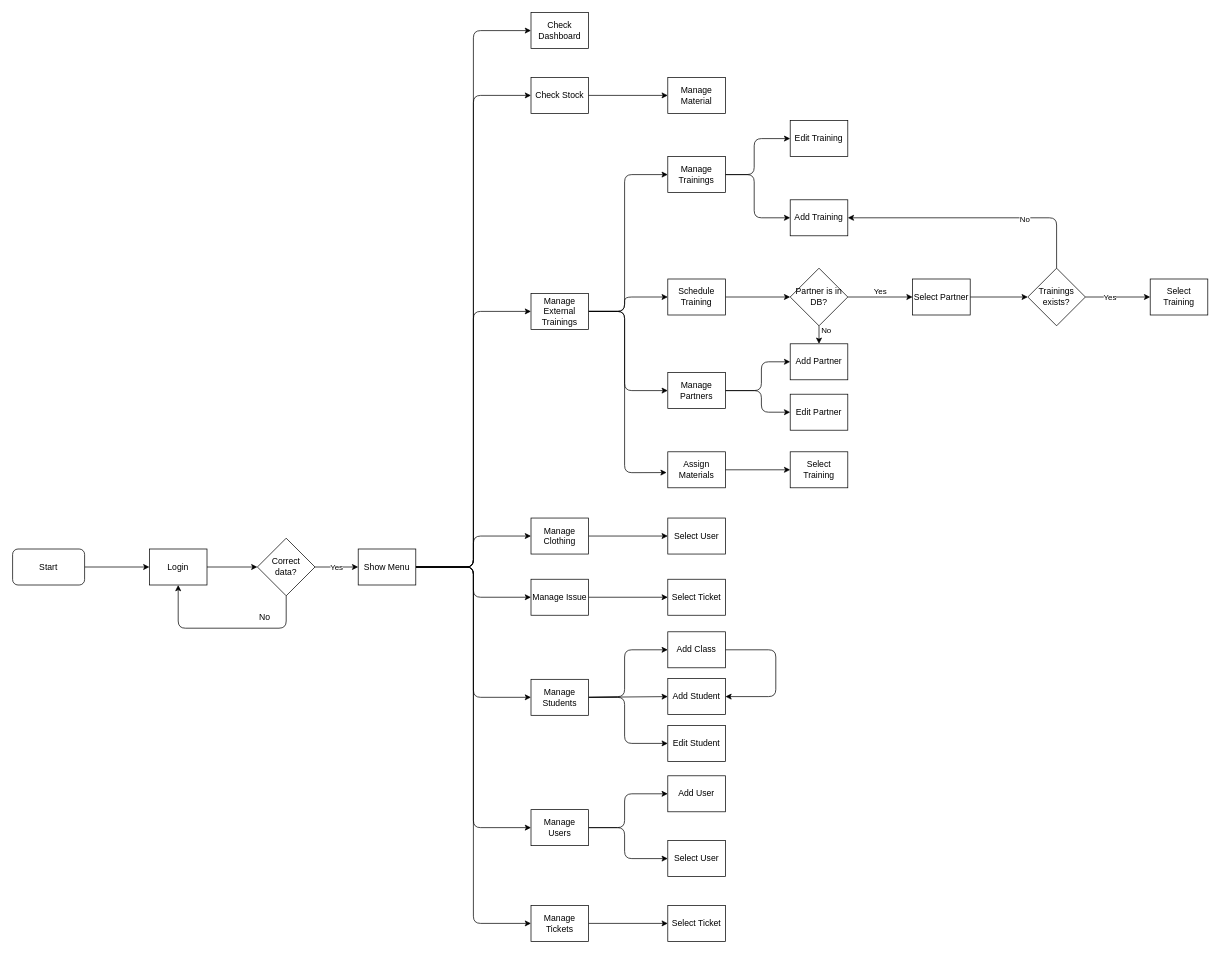
The draw.io diagram Planning/Diagramas/UI Flow Diagram/UIFlowDiagramAdmin_v1.3.drawio in ClaudioRSGit/AtecGestPro, before the edit. Source tidied: cells renumbered, new cells numbered last; positions are measured from the earlier drawing's top-left corner, leaving out a move shared by most shapes. Both pictures are drawn from the tidied source at 72%, with x=0, y=0 at pixel (12, 12).
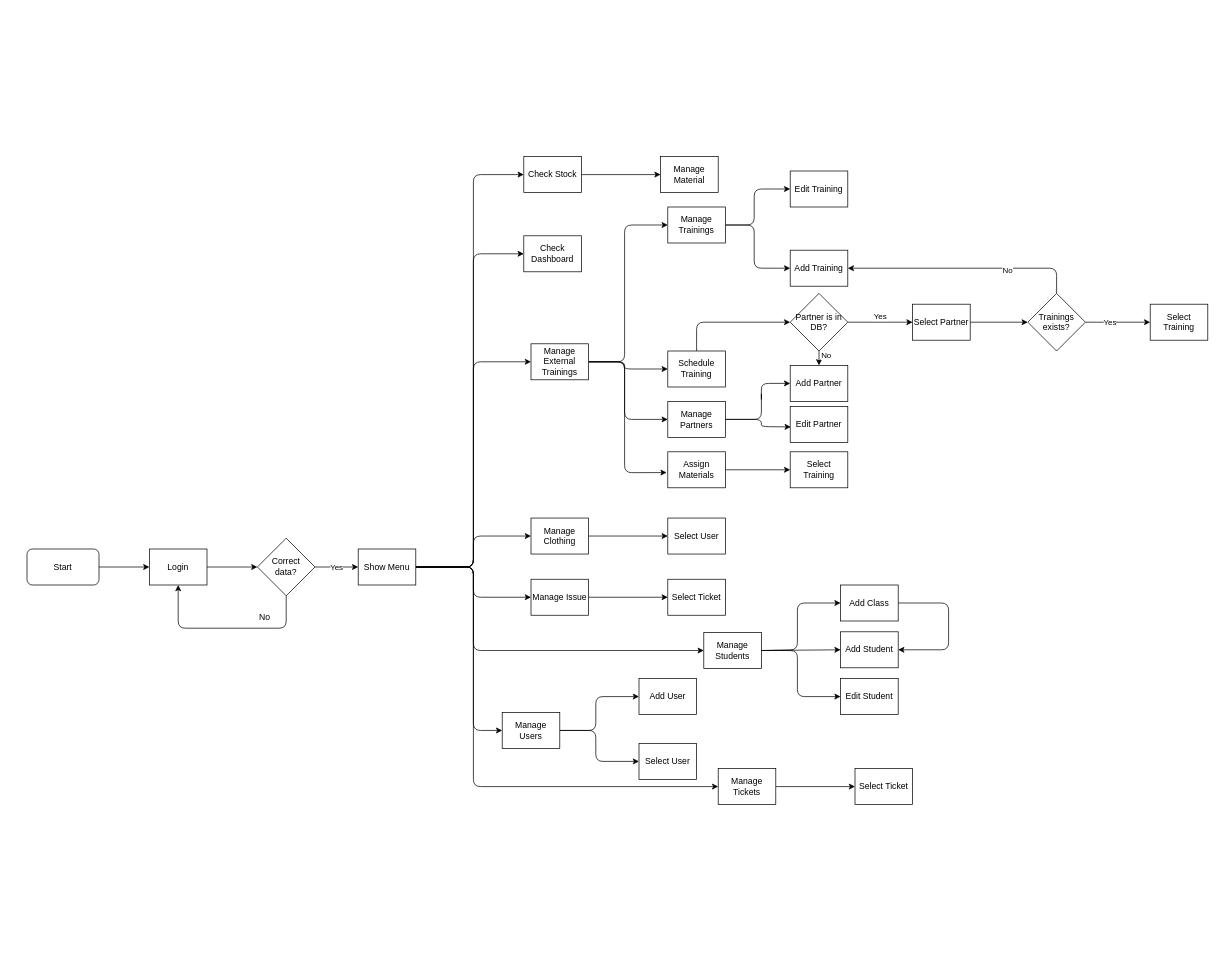
Above is the later version.

Unchanged cells that the change refers to:
```xml
<mxCell id="18" value="Show Menu" style="rounded=0;whiteSpace=wrap;html=1;" parent="1" vertex="1">
  <mxGeometry x="480" y="745" width="80" height="50" as="geometry" />
</mxCell>
<mxCell id="50" value="Assign Materials" style="rounded=0;whiteSpace=wrap;html=1;" parent="1" vertex="1">
  <mxGeometry x="910" y="610" width="80" height="50" as="geometry" />
</mxCell>
```

What changed in the source:
```diff
@@
     <mxCell id="3" value="Start" style="rounded=1;whiteSpace=wrap;html=1;" parent="1" vertex="1">
-      <mxGeometry y="745" width="100" height="50" as="geometry" />
+      <mxGeometry x="20" y="745" width="100" height="50" as="geometry" />
     </mxCell>
@@
     <mxCell id="11" style="edgeStyle=none;html=1;exitX=1;exitY=0.5;exitDx=0;exitDy=0;entryX=0;entryY=0.5;entryDx=0;entryDy=0;" parent="1" edge="1" source="18" target="19">
       <mxGeometry relative="1" as="geometry">
         <Array as="points">
           <mxPoint x="640" y="770" />
-          <mxPoint x="640" y="25" />
+          <mxPoint x="640" y="335" />
         </Array>
       </mxGeometry>
     </mxCell>
     <mxCell id="12" style="edgeStyle=none;html=1;exitX=1;exitY=0.5;exitDx=0;exitDy=0;entryX=0;entryY=0.5;entryDx=0;entryDy=0;" parent="1" edge="1" source="18" target="21">
       <mxGeometry relative="1" as="geometry">
         <Array as="points">
           <mxPoint x="640" y="770" />
-          <mxPoint x="640" y="115" />
+          <mxPoint x="640" y="225" />
         </Array>
       </mxGeometry>
     </mxCell>
     <mxCell id="13" style="edgeStyle=none;html=1;exitX=1;exitY=0.5;exitDx=0;exitDy=0;entryX=0;entryY=0.5;entryDx=0;entryDy=0;" parent="1" edge="1" source="18" target="26">
       <mxGeometry relative="1" as="geometry">
         <Array as="points">
           <mxPoint x="640" y="770" />
-          <mxPoint x="640" y="415" />
+          <mxPoint x="640" y="485" />
         </Array>
       </mxGeometry>
     </mxCell>
     <mxCell id="14" style="edgeStyle=none;html=1;exitX=1;exitY=0.5;exitDx=0;exitDy=0;entryX=0;entryY=0.5;entryDx=0;entryDy=0;" parent="1" edge="1" source="18" target="39">
       <mxGeometry relative="1" as="geometry">
         <Array as="points">
           <mxPoint x="640" y="770" />
-          <mxPoint x="640" y="1265" />
+          <mxPoint x="640" y="1075" />
         </Array>
       </mxGeometry>
     </mxCell>
     <mxCell id="15" style="edgeStyle=none;html=1;exitX=1;exitY=0.5;exitDx=0;exitDy=0;entryX=0;entryY=0.5;entryDx=0;entryDy=0;" parent="1" edge="1" source="18" target="37">
       <mxGeometry relative="1" as="geometry">
         <Array as="points">
           <mxPoint x="640" y="770" />
-          <mxPoint x="640" y="1132" />
+          <mxPoint x="640" y="997" />
         </Array>
       </mxGeometry>
     </mxCell>
     <mxCell id="16" style="edgeStyle=none;html=1;exitX=1;exitY=0.5;exitDx=0;exitDy=0;entryX=0;entryY=0.5;entryDx=0;entryDy=0;" parent="1" edge="1" source="18" target="34">
       <mxGeometry relative="1" as="geometry">
         <Array as="points">
           <mxPoint x="640" y="770" />
-          <mxPoint x="640" y="951" />
+          <mxPoint x="640" y="886" />
         </Array>
       </mxGeometry>
     </mxCell>
@@
     <mxCell id="19" value="Check Dashboard" style="rounded=0;whiteSpace=wrap;html=1;" parent="1" vertex="1">
-      <mxGeometry x="720" width="80" height="50" as="geometry" />
+      <mxGeometry x="710" y="310" width="80" height="50" as="geometry" />
     </mxCell>
@@
     <mxCell id="21" value="Check Stock" style="rounded=0;whiteSpace=wrap;html=1;" parent="1" vertex="1">
-      <mxGeometry x="720" y="90" width="80" height="50" as="geometry" />
+      <mxGeometry x="710" y="200" width="80" height="50" as="geometry" />
     </mxCell>
     <mxCell id="22" style="edgeStyle=none;html=1;exitX=1;exitY=0.5;exitDx=0;exitDy=0;entryX=0;entryY=0.5;entryDx=0;entryDy=0;" parent="1" edge="1" source="26" target="45">
       <mxGeometry relative="1" as="geometry">
         <Array as="points">
-          <mxPoint x="850" y="415" />
-          <mxPoint x="850" y="225" />
+          <mxPoint x="850" y="485" />
+          <mxPoint x="850" y="295" />
         </Array>
       </mxGeometry>
     </mxCell>
     <mxCell id="23" style="edgeStyle=none;html=1;exitX=1;exitY=0.5;exitDx=0;exitDy=0;entryX=0;entryY=0.5;entryDx=0;entryDy=0;" parent="1" edge="1" source="26" target="42">
       <mxGeometry relative="1" as="geometry">
         <Array as="points">
-          <mxPoint x="850" y="415" />
-          <mxPoint x="850" y="395" />
+          <mxPoint x="850" y="485" />
+          <mxPoint x="850" y="495" />
         </Array>
       </mxGeometry>
     </mxCell>
     <mxCell id="24" style="edgeStyle=none;html=1;exitX=1;exitY=0.5;exitDx=0;exitDy=0;entryX=0;entryY=0.5;entryDx=0;entryDy=0;" parent="1" edge="1" source="26" target="48">
       <mxGeometry relative="1" as="geometry">
         <Array as="points">
-          <mxPoint x="850" y="415" />
-          <mxPoint x="850" y="525" />
+          <mxPoint x="850" y="485" />
+          <mxPoint x="850" y="565" />
         </Array>
       </mxGeometry>
     </mxCell>
     <mxCell id="25" style="edgeStyle=none;html=1;exitX=1;exitY=0.5;exitDx=0;exitDy=0;entryX=-0.02;entryY=0.577;entryDx=0;entryDy=0;entryPerimeter=0;" parent="1" edge="1" source="26" target="50">
       <mxGeometry relative="1" as="geometry">
         <Array as="points">
-          <mxPoint x="850" y="415" />
+          <mxPoint x="850" y="485" />
           <mxPoint x="850" y="639" />
         </Array>
       </mxGeometry>
     </mxCell>
     <mxCell id="26" value="Manage External Trainings" style="rounded=0;whiteSpace=wrap;html=1;" parent="1" vertex="1">
-      <mxGeometry x="720" y="390" width="80" height="50" as="geometry" />
+      <mxGeometry x="720" y="460" width="80" height="50" as="geometry" />
     </mxCell>
@@
     <mxCell id="31" style="edgeStyle=none;html=1;exitX=1;exitY=0.5;exitDx=0;exitDy=0;entryX=0;entryY=0.5;entryDx=0;entryDy=0;" parent="1" edge="1" source="34" target="54">
       <mxGeometry relative="1" as="geometry">
         <Array as="points">
-          <mxPoint x="850" y="950" />
-          <mxPoint x="850" y="885" />
+          <mxPoint x="1090" y="885" />
+          <mxPoint x="1090" y="820" />
         </Array>
       </mxGeometry>
     </mxCell>
     <mxCell id="32" style="edgeStyle=none;html=1;exitX=1;exitY=0.5;exitDx=0;exitDy=0;entryX=0;entryY=0.5;entryDx=0;entryDy=0;" parent="1" edge="1" source="34" target="62">
       <mxGeometry relative="1" as="geometry">
         <Array as="points">
-          <mxPoint x="850" y="951" />
-          <mxPoint x="850" y="1015" />
+          <mxPoint x="1090" y="886" />
+          <mxPoint x="1090" y="950" />
         </Array>
       </mxGeometry>
     </mxCell>
@@
     <mxCell id="34" value="Manage Students" style="rounded=0;whiteSpace=wrap;html=1;" parent="1" vertex="1">
-      <mxGeometry x="720" y="926" width="80" height="50" as="geometry" />
+      <mxGeometry x="960" y="861" width="80" height="50" as="geometry" />
     </mxCell>
     <mxCell id="35" style="edgeStyle=none;html=1;exitX=1;exitY=0.5;exitDx=0;exitDy=0;entryX=0;entryY=0.5;entryDx=0;entryDy=0;" parent="1" edge="1" source="37" target="56">
       <mxGeometry relative="1" as="geometry">
         <Array as="points">
-          <mxPoint x="850" y="1132" />
-          <mxPoint x="850" y="1085" />
+          <mxPoint x="810" y="997" />
+          <mxPoint x="810" y="950" />
         </Array>
       </mxGeometry>
     </mxCell>
     <mxCell id="36" style="edgeStyle=none;html=1;exitX=1;exitY=0.5;exitDx=0;exitDy=0;entryX=0;entryY=0.5;entryDx=0;entryDy=0;" parent="1" edge="1" source="37" target="57">
       <mxGeometry relative="1" as="geometry">
         <Array as="points">
-          <mxPoint x="850" y="1132" />
-          <mxPoint x="850" y="1175" />
+          <mxPoint x="810" y="997" />
+          <mxPoint x="810" y="1040" />
         </Array>
       </mxGeometry>
     </mxCell>
     <mxCell id="37" value="Manage Users" style="rounded=0;whiteSpace=wrap;html=1;" parent="1" vertex="1">
-      <mxGeometry x="720" y="1107" width="80" height="50" as="geometry" />
+      <mxGeometry x="680" y="972" width="80" height="50" as="geometry" />
     </mxCell>
@@
     <mxCell id="39" value="Manage Tickets" style="rounded=0;whiteSpace=wrap;html=1;" parent="1" vertex="1">
-      <mxGeometry x="720" y="1240" width="80" height="50" as="geometry" />
+      <mxGeometry x="980" y="1050" width="80" height="50" as="geometry" />
     </mxCell>
     <mxCell id="40" value="Manage Material" style="rounded=0;whiteSpace=wrap;html=1;" parent="1" vertex="1">
-      <mxGeometry x="910" y="90" width="80" height="50" as="geometry" />
+      <mxGeometry x="900" y="200" width="80" height="50" as="geometry" />
     </mxCell>
     <mxCell id="41" style="edgeStyle=none;html=1;" parent="1" edge="1" source="42" target="68">
-      <mxGeometry relative="1" as="geometry" />
+      <mxGeometry relative="1" as="geometry">
+        <Array as="points">
+          <mxPoint x="950" y="430" />
+        </Array>
+      </mxGeometry>
     </mxCell>
     <mxCell id="42" value="Schedule Training" style="rounded=0;whiteSpace=wrap;html=1;" parent="1" vertex="1">
-      <mxGeometry x="910" y="370" width="80" height="50" as="geometry" />
+      <mxGeometry x="910" y="470" width="80" height="50" as="geometry" />
     </mxCell>
     <mxCell id="43" style="edgeStyle=none;html=1;exitX=1;exitY=0.5;exitDx=0;exitDy=0;" parent="1" edge="1" source="45" target="59">
       <mxGeometry relative="1" as="geometry">
         <Array as="points">
-          <mxPoint x="1030" y="225" />
-          <mxPoint x="1030" y="175" />
+          <mxPoint x="1030" y="295" />
+          <mxPoint x="1030" y="245" />
         </Array>
       </mxGeometry>
     </mxCell>
     <mxCell id="44" style="edgeStyle=none;html=1;exitX=1;exitY=0.5;exitDx=0;exitDy=0;entryX=0;entryY=0.5;entryDx=0;entryDy=0;" parent="1" edge="1" source="45" target="71">
       <mxGeometry relative="1" as="geometry">
         <Array as="points">
-          <mxPoint x="1030" y="225" />
-          <mxPoint x="1030" y="285" />
+          <mxPoint x="1030" y="295" />
+          <mxPoint x="1030" y="355" />
         </Array>
       </mxGeometry>
     </mxCell>
     <mxCell id="45" value="Manage Trainings" style="rounded=0;whiteSpace=wrap;html=1;" parent="1" vertex="1">
-      <mxGeometry x="910" y="200" width="80" height="50" as="geometry" />
+      <mxGeometry x="910" y="270" width="80" height="50" as="geometry" />
     </mxCell>
     <mxCell id="46" style="edgeStyle=none;html=1;exitX=1;exitY=0.5;exitDx=0;exitDy=0;entryX=0;entryY=0.5;entryDx=0;entryDy=0;" parent="1" edge="1" source="48" target="60">
       <mxGeometry relative="1" as="geometry">
         <Array as="points">
+          <mxPoint x="1040" y="565" />
           <mxPoint x="1040" y="525" />
-          <mxPoint x="1040" y="485" />
+          <mxPoint x="1040" y="540" />
+          <mxPoint x="1040" y="515" />
         </Array>
       </mxGeometry>
     </mxCell>
-    <mxCell id="47" style="edgeStyle=none;html=1;exitX=1;exitY=0.5;exitDx=0;exitDy=0;entryX=0;entryY=0.5;entryDx=0;entryDy=0;" parent="1" edge="1" source="48" target="61">
+    <mxCell id="47" style="edgeStyle=none;html=1;entryX=0.01;entryY=0.569;entryDx=0;entryDy=0;entryPerimeter=0;" parent="1" edge="1" source="48" target="61">
       <mxGeometry relative="1" as="geometry">
         <Array as="points">
-          <mxPoint x="1040" y="525" />
-          <mxPoint x="1040" y="555" />
+          <mxPoint x="1040" y="565" />
+          <mxPoint x="1040" y="575" />
         </Array>
       </mxGeometry>
     </mxCell>
     <mxCell id="48" value="Manage Partners" style="rounded=0;whiteSpace=wrap;html=1;" parent="1" vertex="1">
-      <mxGeometry x="910" y="500" width="80" height="50" as="geometry" />
+      <mxGeometry x="910" y="540" width="80" height="50" as="geometry" />
     </mxCell>
@@
     <mxCell id="53" style="edgeStyle=none;html=1;exitX=1;exitY=0.5;exitDx=0;exitDy=0;entryX=1;entryY=0.5;entryDx=0;entryDy=0;" parent="1" edge="1" source="54" target="55">
       <mxGeometry relative="1" as="geometry">
         <Array as="points">
-          <mxPoint x="1060" y="885" />
-          <mxPoint x="1060" y="950" />
+          <mxPoint x="1300" y="820" />
+          <mxPoint x="1300" y="885" />
         </Array>
       </mxGeometry>
     </mxCell>
     <mxCell id="54" value="Add Class" style="rounded=0;whiteSpace=wrap;html=1;" parent="1" vertex="1">
-      <mxGeometry x="910" y="860" width="80" height="50" as="geometry" />
+      <mxGeometry x="1150" y="795" width="80" height="50" as="geometry" />
     </mxCell>
     <mxCell id="55" value="Add Student" style="rounded=0;whiteSpace=wrap;html=1;" parent="1" vertex="1">
-      <mxGeometry x="910" y="925" width="80" height="50" as="geometry" />
+      <mxGeometry x="1150" y="860" width="80" height="50" as="geometry" />
     </mxCell>
     <mxCell id="56" value="Add User" style="rounded=0;whiteSpace=wrap;html=1;" parent="1" vertex="1">
-      <mxGeometry x="910" y="1060" width="80" height="50" as="geometry" />
+      <mxGeometry x="870" y="925" width="80" height="50" as="geometry" />
     </mxCell>
     <mxCell id="57" value="Select User" style="rounded=0;whiteSpace=wrap;html=1;" parent="1" vertex="1">
-      <mxGeometry x="910" y="1150" width="80" height="50" as="geometry" />
+      <mxGeometry x="870" y="1015" width="80" height="50" as="geometry" />
     </mxCell>
     <mxCell id="58" value="Select Ticket" style="rounded=0;whiteSpace=wrap;html=1;" parent="1" vertex="1">
-      <mxGeometry x="910" y="1240" width="80" height="50" as="geometry" />
+      <mxGeometry x="1170" y="1050" width="80" height="50" as="geometry" />
     </mxCell>
     <mxCell id="59" value="Edit Training" style="rounded=0;whiteSpace=wrap;html=1;" parent="1" vertex="1">
-      <mxGeometry x="1080" y="150" width="80" height="50" as="geometry" />
+      <mxGeometry x="1080" y="220" width="80" height="50" as="geometry" />
     </mxCell>
     <mxCell id="60" value="Add Partner" style="rounded=0;whiteSpace=wrap;html=1;" parent="1" vertex="1">
-      <mxGeometry x="1080" y="460" width="80" height="50" as="geometry" />
+      <mxGeometry x="1080" y="490" width="80" height="50" as="geometry" />
     </mxCell>
     <mxCell id="61" value="Edit Partner" style="rounded=0;whiteSpace=wrap;html=1;" parent="1" vertex="1">
-      <mxGeometry x="1080" y="530" width="80" height="50" as="geometry" />
+      <mxGeometry x="1080" y="547" width="80" height="50" as="geometry" />
     </mxCell>
     <mxCell id="62" value="Edit Student" style="rounded=0;whiteSpace=wrap;html=1;" parent="1" vertex="1">
-      <mxGeometry x="910" y="990" width="80" height="50" as="geometry" />
+      <mxGeometry x="1150" y="925" width="80" height="50" as="geometry" />
     </mxCell>
@@
     <mxCell id="68" value="Partner is in DB?" style="rhombus;whiteSpace=wrap;html=1;rounded=0;" parent="1" vertex="1">
-      <mxGeometry x="1080" y="355" width="80" height="80" as="geometry" />
+      <mxGeometry x="1080" y="390" width="80" height="80" as="geometry" />
     </mxCell>
@@
     <mxCell id="70" value="Select Partner" style="rounded=0;whiteSpace=wrap;html=1;" parent="1" vertex="1">
-      <mxGeometry x="1250" y="370" width="80" height="50" as="geometry" />
+      <mxGeometry x="1250" y="405" width="80" height="50" as="geometry" />
     </mxCell>
     <mxCell id="71" value="Add Training" style="rounded=0;whiteSpace=wrap;html=1;" parent="1" vertex="1">
-      <mxGeometry x="1080" y="260" width="80" height="50" as="geometry" />
+      <mxGeometry x="1080" y="330" width="80" height="50" as="geometry" />
     </mxCell>
@@
     <mxCell id="74" style="edgeStyle=none;html=1;exitX=0.5;exitY=0;exitDx=0;exitDy=0;entryX=1;entryY=0.5;entryDx=0;entryDy=0;" parent="1" edge="1" source="76" target="71">
       <mxGeometry relative="1" as="geometry">
         <Array as="points">
-          <mxPoint x="1450" y="285" />
+          <mxPoint x="1450" y="355" />
         </Array>
       </mxGeometry>
     </mxCell>
@@
     <mxCell id="76" value="Trainings exists?" style="rhombus;whiteSpace=wrap;html=1;rounded=0;" parent="1" vertex="1">
-      <mxGeometry x="1410" y="355" width="80" height="80" as="geometry" />
+      <mxGeometry x="1410" y="390" width="80" height="80" as="geometry" />
     </mxCell>
     <mxCell id="77" value="Select Training" style="rounded=0;whiteSpace=wrap;html=1;" parent="1" vertex="1">
-      <mxGeometry x="1580" y="370" width="80" height="50" as="geometry" />
+      <mxGeometry x="1580" y="405" width="80" height="50" as="geometry" />
     </mxCell>
```
